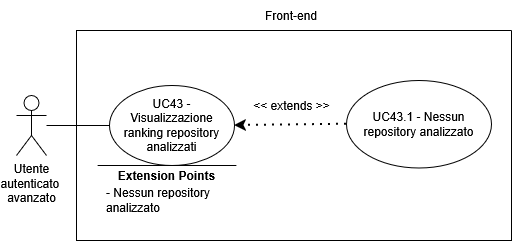
SkarabGroup/DocumentazioneProgetto keeps this draw.io diagram as assets/diagrams/UC43.png. Above is the earlier version. Source tidied: cells renumbered, new cells last; positions are measured from the earlier drawing's top-left corner, leaving out a move shared by most shapes. Source of this version:
```xml
<mxGraphModel>
  <root>
    <mxCell id="0" />
    <mxCell id="1" parent="0" />
    <mxCell id="2" value="&lt;div&gt;Utente&lt;/div&gt;&lt;div&gt;autenticato&amp;nbsp;&lt;/div&gt;&lt;div&gt;avanzato&lt;/div&gt;" style="shape=umlActor;verticalLabelPosition=bottom;verticalAlign=top;html=1;outlineConnect=0;" parent="1" vertex="1">
      <mxGeometry y="95" width="30" height="60" as="geometry" />
    </mxCell>
    <mxCell id="3" style="swimlane;startSize=0;" parent="1" vertex="1">
      <mxGeometry x="60" y="30" width="435" height="210" as="geometry" />
    </mxCell>
    <mxCell id="4" value="&lt;div&gt;UC43 - Visualizzazione ranking repository analizzati&lt;/div&gt;" style="ellipse;whiteSpace=wrap;html=1;" parent="3" vertex="1">
      <mxGeometry x="33" y="55" width="125" height="80" as="geometry" />
    </mxCell>
    <mxCell id="5" value="UC43.1 - Nessun repository analizzato" style="ellipse;whiteSpace=wrap;html=1;" parent="3" vertex="1">
      <mxGeometry x="270" y="50" width="145" height="87.5" as="geometry" />
    </mxCell>
    <mxCell id="6" style="endArrow=classic;dashed=1;html=1;dashPattern=1 3;strokeWidth=2;rounded=0;entryX=1;entryY=0.5;entryDx=0;entryDy=0;exitX=0;exitY=0.5;exitDx=0;exitDy=0;strokeColor=default;curved=0;endFill=1;endSize=6;" parent="3" edge="1" source="5" target="4">
      <mxGeometry relative="1" as="geometry" />
    </mxCell>
    <mxCell id="7" value="&lt;div&gt;&amp;lt;&amp;lt; extends &amp;gt;&amp;gt;&lt;/div&gt;" style="text;html=1;whiteSpace=wrap;strokeColor=none;fillColor=none;align=center;verticalAlign=middle;rounded=0;" parent="3" vertex="1">
      <mxGeometry x="167.5" y="60" width="95" height="30" as="geometry" />
    </mxCell>
    <mxCell id="8" style="endArrow=none;html=1;rounded=0;" parent="3" edge="1">
      <mxGeometry relative="1" as="geometry">
        <mxPoint x="159.9" y="135" as="sourcePoint" />
        <mxPoint x="21.1" y="135" as="targetPoint" />
      </mxGeometry>
    </mxCell>
    <mxCell id="9" value="&lt;b&gt;Extension Points&lt;/b&gt;" style="text;html=1;whiteSpace=wrap;strokeColor=none;fillColor=none;align=center;verticalAlign=middle;rounded=0;strokeWidth=5;" parent="3" vertex="1">
      <mxGeometry x="33" y="130" width="115" height="30" as="geometry" />
    </mxCell>
    <mxCell id="10" value="&lt;div align=&quot;left&quot;&gt;- Nessun repository analizzato&lt;/div&gt;" style="text;html=1;whiteSpace=wrap;strokeColor=none;fillColor=none;align=left;verticalAlign=middle;rounded=0;" parent="3" vertex="1">
      <mxGeometry x="28" y="130" width="147" height="80" as="geometry" />
    </mxCell>
    <mxCell id="11" style="endArrow=none;html=1;rounded=0;entryX=0;entryY=0.5;entryDx=0;entryDy=0;" parent="1" edge="1" source="2" target="4">
      <mxGeometry relative="1" as="geometry" />
    </mxCell>
    <mxCell id="12" value="Front-end" style="text;html=1;whiteSpace=wrap;strokeColor=none;fillColor=none;align=center;verticalAlign=middle;rounded=0;" parent="1" vertex="1">
      <mxGeometry x="245" width="60" height="30" as="geometry" />
    </mxCell>
  </root>
</mxGraphModel>
```
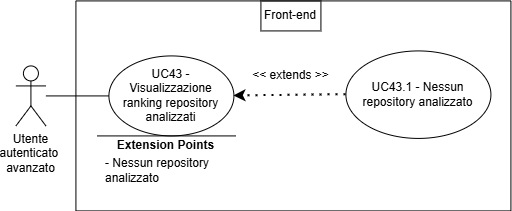
After the change.

What changed in the source:
```diff
@@ -5,38 +5,38 @@
     <mxCell id="2" value="&lt;div&gt;Utente&lt;/div&gt;&lt;div&gt;autenticato&amp;nbsp;&lt;/div&gt;&lt;div&gt;avanzato&lt;/div&gt;" style="shape=umlActor;verticalLabelPosition=bottom;verticalAlign=top;html=1;outlineConnect=0;" parent="1" vertex="1">
       <mxGeometry y="95" width="30" height="60" as="geometry" />
     </mxCell>
-    <mxCell id="3" style="swimlane;startSize=0;" parent="1" vertex="1">
-      <mxGeometry x="60" y="30" width="435" height="210" as="geometry" />
-    </mxCell>
+    <mxCell id="13" style="swimlane;startSize=0;" parent="1" vertex="1">
+      <mxGeometry x="60" y="30" width="435" height="210" as="geometry" />
+    </mxCell>
-    <mxCell id="4" value="&lt;div&gt;UC43 - Visualizzazione ranking repository analizzati&lt;/div&gt;" style="ellipse;whiteSpace=wrap;html=1;" parent="3" vertex="1">
+    <mxCell id="4" value="&lt;div&gt;UC43 - Visualizzazione ranking repository analizzati&lt;/div&gt;" style="ellipse;whiteSpace=wrap;html=1;" parent="13" vertex="1">
       <mxGeometry x="33" y="55" width="125" height="80" as="geometry" />
     </mxCell>
-    <mxCell id="5" value="UC43.1 - Nessun repository analizzato" style="ellipse;whiteSpace=wrap;html=1;" parent="3" vertex="1">
+    <mxCell id="5" value="UC43.1 - Nessun repository analizzato" style="ellipse;whiteSpace=wrap;html=1;" parent="13" vertex="1">
       <mxGeometry x="270" y="50" width="145" height="87.5" as="geometry" />
     </mxCell>
-    <mxCell id="6" style="endArrow=classic;dashed=1;html=1;dashPattern=1 3;strokeWidth=2;rounded=0;entryX=1;entryY=0.5;entryDx=0;entryDy=0;exitX=0;exitY=0.5;exitDx=0;exitDy=0;strokeColor=default;curved=0;endFill=1;endSize=6;" parent="3" edge="1" source="5" target="4">
+    <mxCell id="6" style="endArrow=classic;dashed=1;html=1;dashPattern=1 3;strokeWidth=2;rounded=0;entryX=1;entryY=0.5;entryDx=0;entryDy=0;exitX=0;exitY=0.5;exitDx=0;exitDy=0;strokeColor=default;curved=0;endFill=1;endSize=6;" parent="13" edge="1" source="5" target="4">
       <mxGeometry relative="1" as="geometry" />
     </mxCell>
-    <mxCell id="7" value="&lt;div&gt;&amp;lt;&amp;lt; extends &amp;gt;&amp;gt;&lt;/div&gt;" style="text;html=1;whiteSpace=wrap;strokeColor=none;fillColor=none;align=center;verticalAlign=middle;rounded=0;" parent="3" vertex="1">
+    <mxCell id="7" value="&lt;div&gt;&amp;lt;&amp;lt; extends &amp;gt;&amp;gt;&lt;/div&gt;" style="text;html=1;whiteSpace=wrap;strokeColor=none;fillColor=none;align=center;verticalAlign=middle;rounded=0;" parent="13" vertex="1">
       <mxGeometry x="167.5" y="60" width="95" height="30" as="geometry" />
     </mxCell>
-    <mxCell id="8" style="endArrow=none;html=1;rounded=0;" parent="3" edge="1">
-      <mxGeometry relative="1" as="geometry">
-        <mxPoint x="159.9" y="135" as="sourcePoint" />
-        <mxPoint x="21.1" y="135" as="targetPoint" />
-      </mxGeometry>
-    </mxCell>
+    <mxCell id="14" style="endArrow=none;html=1;rounded=0;" parent="13" edge="1">
+      <mxGeometry relative="1" as="geometry">
+        <mxPoint x="159.9" y="135" as="sourcePoint" />
+        <mxPoint x="21.1" y="135" as="targetPoint" />
+      </mxGeometry>
+    </mxCell>
-    <mxCell id="9" value="&lt;b&gt;Extension Points&lt;/b&gt;" style="text;html=1;whiteSpace=wrap;strokeColor=none;fillColor=none;align=center;verticalAlign=middle;rounded=0;strokeWidth=5;" parent="3" vertex="1">
+    <mxCell id="9" value="&lt;b&gt;Extension Points&lt;/b&gt;" style="text;html=1;whiteSpace=wrap;strokeColor=none;fillColor=none;align=center;verticalAlign=middle;rounded=0;strokeWidth=5;" parent="13" vertex="1">
       <mxGeometry x="33" y="130" width="115" height="30" as="geometry" />
     </mxCell>
-    <mxCell id="10" value="&lt;div align=&quot;left&quot;&gt;- Nessun repository analizzato&lt;/div&gt;" style="text;html=1;whiteSpace=wrap;strokeColor=none;fillColor=none;align=left;verticalAlign=middle;rounded=0;" parent="3" vertex="1">
+    <mxCell id="10" value="&lt;div align=&quot;left&quot;&gt;- Nessun repository analizzato&lt;/div&gt;" style="text;html=1;whiteSpace=wrap;strokeColor=none;fillColor=none;align=left;verticalAlign=middle;rounded=0;" parent="13" vertex="1">
       <mxGeometry x="28" y="130" width="147" height="80" as="geometry" />
     </mxCell>
+    <mxCell id="12" value="Front-end" style="text;html=1;whiteSpace=wrap;strokeColor=default;fillColor=none;align=center;verticalAlign=middle;rounded=0;perimeterSpacing=1;" parent="13" vertex="1">
+      <mxGeometry x="185" width="60" height="30" as="geometry" />
+    </mxCell>
     <mxCell id="11" style="endArrow=none;html=1;rounded=0;entryX=0;entryY=0.5;entryDx=0;entryDy=0;" parent="1" edge="1" source="2" target="4">
       <mxGeometry relative="1" as="geometry" />
     </mxCell>
-    <mxCell id="12" value="Front-end" style="text;html=1;whiteSpace=wrap;strokeColor=none;fillColor=none;align=center;verticalAlign=middle;rounded=0;" parent="1" vertex="1">
-      <mxGeometry x="245" width="60" height="30" as="geometry" />
-    </mxCell>
   </root>
 </mxGraphModel>
```
